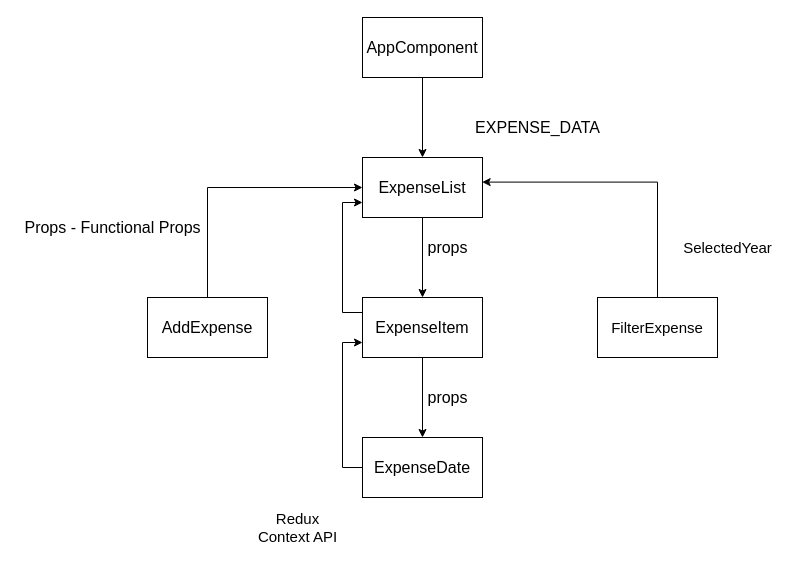
This is page "Page-2" (2 of 3) of refs/diagrams.drawio from synergy2411/b2_react-mar-22, a draw.io file, before an edit. Source tidied: cells renumbered, new cells numbered last; positions are measured from the earlier drawing's top-left corner, leaving out a move shared by most shapes. Both pictures are drawn from the tidied source at 100%, with x=0, y=0 at pixel (17, 17).
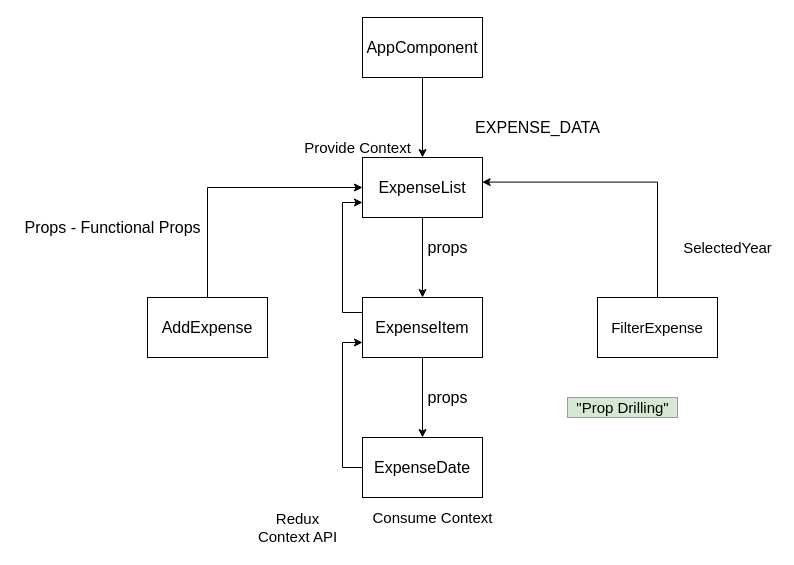
After the change.

Commit message (it also covers changes not shown here):
auth context added

Diff of the diagram source:
```diff
@@
+    <mxCell id="21" value="&quot;Prop Drilling&quot;" style="text;html=1;align=center;verticalAlign=middle;strokeColor=#82b366;fillColor=#d5e8d4;fontSize=15;" parent="1" vertex="1">
+      <mxGeometry x="550" y="380" width="110" height="20" as="geometry" />
+    </mxCell>
+    <mxCell id="22" value="Provide Context" style="text;html=1;align=center;verticalAlign=middle;strokeColor=none;fillColor=none;fontSize=15;" parent="1" vertex="1">
+      <mxGeometry x="280" y="120" width="120" height="20" as="geometry" />
+    </mxCell>
+    <mxCell id="23" value="Consume Context" style="text;html=1;align=center;verticalAlign=middle;strokeColor=none;fillColor=none;fontSize=15;" parent="1" vertex="1">
+      <mxGeometry x="345" y="490" width="140" height="20" as="geometry" />
+    </mxCell>
```
